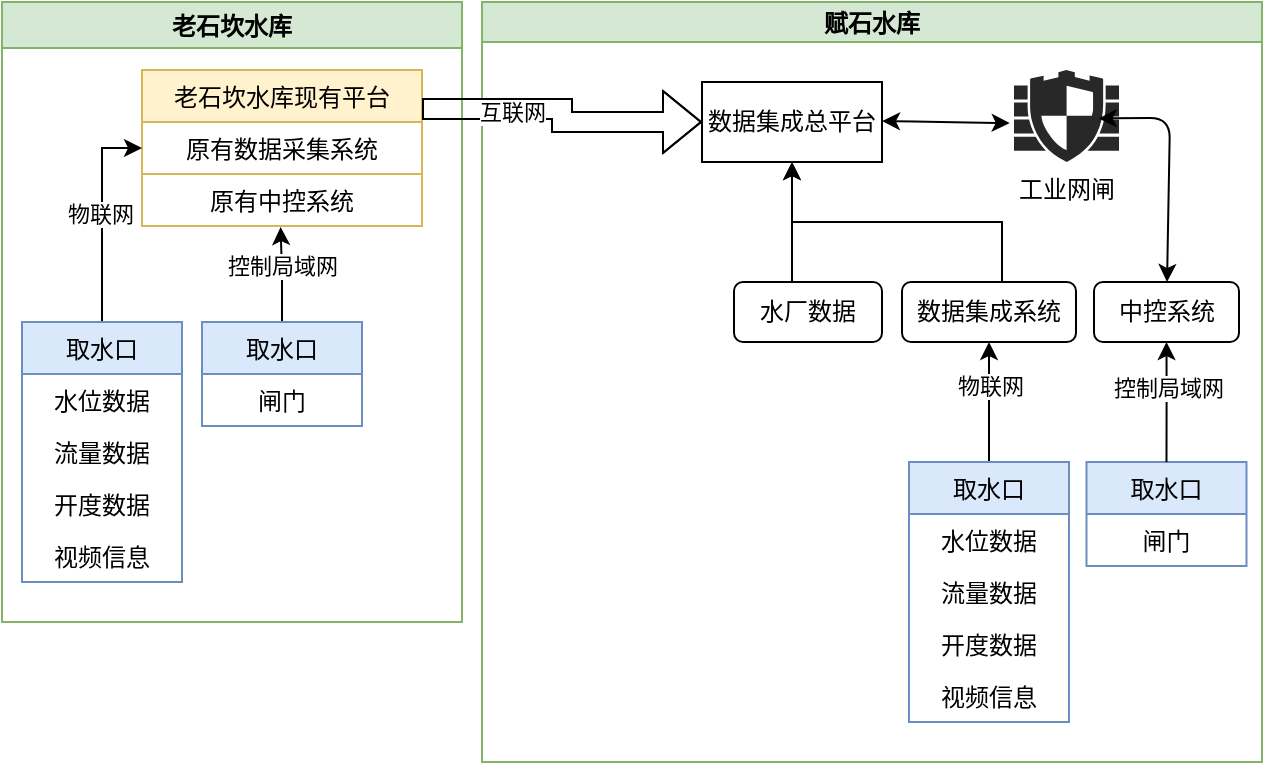
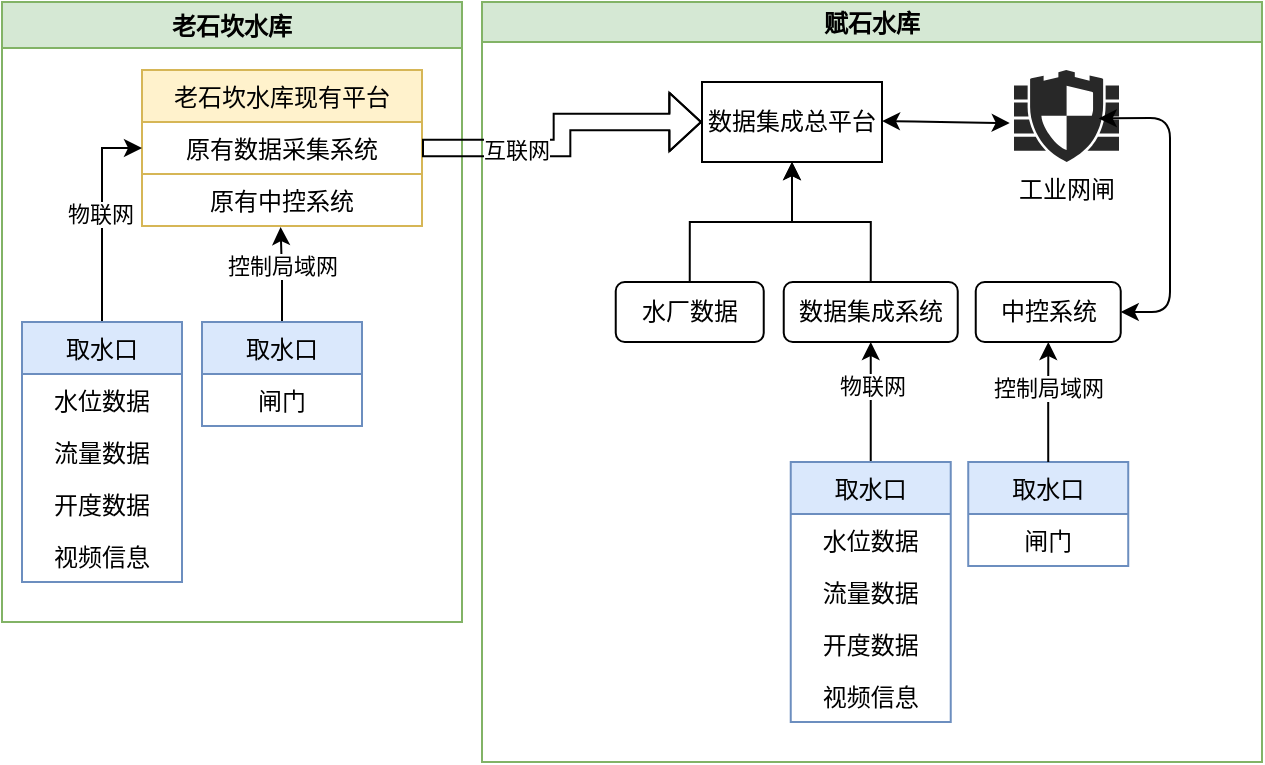
- <mxfile host="app.diagrams.net" modified="2021-09-18T03:56:00.403Z" agent="5.0 (Windows NT 10.0; Win64; x64) AppleWebKit/537.36 (KHTML, like Gecko) Chrome/93.0.4577.82 Safari/537.36 Edg/93.0.961.52" etag="FVZRNNtjlNzkb_q_7Yxu" version="14.8.0" type="github">
+ <mxfile host="app.diagrams.net" modified="2021-09-18T04:00:36.392Z" agent="5.0 (Windows NT 10.0; Win64; x64) AppleWebKit/537.36 (KHTML, like Gecko) Chrome/93.0.4577.82 Safari/537.36 Edg/93.0.961.52" etag="zmZehLm8M-64JVdi-gV8" version="14.8.0" type="github">
  <diagram id="v89iMYd2DjBNGdAJLiYk" name="Page-1">
    <mxGraphModel dx="649" dy="363" grid="1" gridSize="10" guides="1" tooltips="1" connect="1" arrows="1" fold="1" page="1" pageScale="1" pageWidth="827" pageHeight="1169" math="0" shadow="0">
      <root>
        <mxCell id="0" />
        <mxCell id="1" parent="0" />
        <mxCell id="1meufm5pPCAuNKvldUBH-1" value="老石坎水库" style="swimlane;fillColor=#d5e8d4;strokeColor=#82b366;" parent="1" vertex="1">
          <mxGeometry x="150" y="130" width="230" height="310" as="geometry" />
        </mxCell>
        <mxCell id="rkCiEfMvTKPaeprXMYrk-80" value="老石坎水库现有平台" style="swimlane;fontStyle=0;childLayout=stackLayout;horizontal=1;startSize=26;horizontalStack=0;resizeParent=1;resizeParentMax=0;resizeLast=0;collapsible=1;marginBottom=0;swimlaneLine=1;rounded=0;shadow=0;sketch=0;glass=0;swimlaneFillColor=none;fillColor=#fff2cc;strokeColor=#d6b656;" vertex="1" parent="1meufm5pPCAuNKvldUBH-1">
          <mxGeometry x="70" y="34" width="140" height="78" as="geometry">
            <mxRectangle x="108.75" y="220" width="70" height="26" as="alternateBounds" />
          </mxGeometry>
        </mxCell>
        <mxCell id="rkCiEfMvTKPaeprXMYrk-81" value="原有数据采集系统" style="text;fillColor=none;align=center;verticalAlign=top;spacingLeft=4;spacingRight=4;overflow=hidden;rotatable=0;points=[[0,0.5],[1,0.5]];portConstraint=eastwest;rounded=0;glass=0;shadow=0;strokeColor=#D6B656;" vertex="1" parent="rkCiEfMvTKPaeprXMYrk-80">
          <mxGeometry y="26" width="140" height="26" as="geometry" />
        </mxCell>
        <mxCell id="rkCiEfMvTKPaeprXMYrk-82" value="原有中控系统" style="text;fillColor=none;align=center;verticalAlign=top;spacingLeft=4;spacingRight=4;overflow=hidden;rotatable=0;points=[[0,0.5],[1,0.5]];portConstraint=eastwest;imageAspect=1;" vertex="1" parent="rkCiEfMvTKPaeprXMYrk-80">
          <mxGeometry y="52" width="140" height="26" as="geometry" />
        </mxCell>
        <mxCell id="rkCiEfMvTKPaeprXMYrk-88" style="edgeStyle=orthogonalEdgeStyle;rounded=0;orthogonalLoop=1;jettySize=auto;html=1;entryX=0;entryY=0.5;entryDx=0;entryDy=0;" edge="1" parent="1meufm5pPCAuNKvldUBH-1" source="rkCiEfMvTKPaeprXMYrk-75" target="rkCiEfMvTKPaeprXMYrk-81">
          <mxGeometry relative="1" as="geometry" />
        </mxCell>
        <mxCell id="rkCiEfMvTKPaeprXMYrk-95" value="物联网" style="edgeLabel;html=1;align=center;verticalAlign=middle;resizable=0;points=[];" vertex="1" connectable="0" parent="rkCiEfMvTKPaeprXMYrk-88">
          <mxGeometry x="0.0218" y="1" relative="1" as="geometry">
            <mxPoint as="offset" />
          </mxGeometry>
        </mxCell>
        <mxCell id="rkCiEfMvTKPaeprXMYrk-75" value="取水口" style="swimlane;fontStyle=0;childLayout=stackLayout;horizontal=1;startSize=26;horizontalStack=0;resizeParent=1;resizeParentMax=0;resizeLast=0;collapsible=1;marginBottom=0;swimlaneLine=1;rounded=0;shadow=0;sketch=0;glass=0;swimlaneFillColor=none;fillColor=#dae8fc;strokeColor=#6c8ebf;" vertex="1" parent="1meufm5pPCAuNKvldUBH-1">
          <mxGeometry x="10" y="160" width="80" height="130" as="geometry">
            <mxRectangle x="400" y="410" width="70" height="26" as="alternateBounds" />
          </mxGeometry>
        </mxCell>
        <mxCell id="rkCiEfMvTKPaeprXMYrk-76" value="水位数据" style="text;strokeColor=none;fillColor=none;align=center;verticalAlign=top;spacingLeft=4;spacingRight=4;overflow=hidden;rotatable=0;points=[[0,0.5],[1,0.5]];portConstraint=eastwest;" vertex="1" parent="rkCiEfMvTKPaeprXMYrk-75">
          <mxGeometry y="26" width="80" height="26" as="geometry" />
        </mxCell>
        <mxCell id="rkCiEfMvTKPaeprXMYrk-77" value="流量数据" style="text;strokeColor=none;fillColor=none;align=center;verticalAlign=top;spacingLeft=4;spacingRight=4;overflow=hidden;rotatable=0;points=[[0,0.5],[1,0.5]];portConstraint=eastwest;" vertex="1" parent="rkCiEfMvTKPaeprXMYrk-75">
          <mxGeometry y="52" width="80" height="26" as="geometry" />
        </mxCell>
        <mxCell id="rkCiEfMvTKPaeprXMYrk-78" value="开度数据" style="text;strokeColor=none;fillColor=none;align=center;verticalAlign=top;spacingLeft=4;spacingRight=4;overflow=hidden;rotatable=0;points=[[0,0.5],[1,0.5]];portConstraint=eastwest;" vertex="1" parent="rkCiEfMvTKPaeprXMYrk-75">
          <mxGeometry y="78" width="80" height="26" as="geometry" />
        </mxCell>
        <mxCell id="rkCiEfMvTKPaeprXMYrk-79" value="视频信息" style="text;strokeColor=none;fillColor=none;align=center;verticalAlign=top;spacingLeft=4;spacingRight=4;overflow=hidden;rotatable=0;points=[[0,0.5],[1,0.5]];portConstraint=eastwest;" vertex="1" parent="rkCiEfMvTKPaeprXMYrk-75">
          <mxGeometry y="104" width="80" height="26" as="geometry" />
        </mxCell>
        <mxCell id="rkCiEfMvTKPaeprXMYrk-87" style="edgeStyle=orthogonalEdgeStyle;rounded=0;orthogonalLoop=1;jettySize=auto;html=1;entryX=0.495;entryY=1.021;entryDx=0;entryDy=0;entryPerimeter=0;" edge="1" parent="1meufm5pPCAuNKvldUBH-1" source="rkCiEfMvTKPaeprXMYrk-73" target="rkCiEfMvTKPaeprXMYrk-82">
          <mxGeometry relative="1" as="geometry" />
        </mxCell>
        <mxCell id="rkCiEfMvTKPaeprXMYrk-97" value="控制局域网" style="edgeLabel;html=1;align=center;verticalAlign=middle;resizable=0;points=[];" vertex="1" connectable="0" parent="rkCiEfMvTKPaeprXMYrk-87">
          <mxGeometry x="0.205" relative="1" as="geometry">
            <mxPoint as="offset" />
          </mxGeometry>
        </mxCell>
        <mxCell id="rkCiEfMvTKPaeprXMYrk-73" value="取水口" style="swimlane;fontStyle=0;childLayout=stackLayout;horizontal=1;startSize=26;horizontalStack=0;resizeParent=1;resizeParentMax=0;resizeLast=0;collapsible=1;marginBottom=0;swimlaneLine=1;rounded=0;shadow=0;sketch=0;glass=0;swimlaneFillColor=none;fillColor=#dae8fc;strokeColor=#6c8ebf;" vertex="1" parent="1meufm5pPCAuNKvldUBH-1">
          <mxGeometry x="100" y="160" width="80" height="52" as="geometry">
            <mxRectangle x="400" y="410" width="70" height="26" as="alternateBounds" />
          </mxGeometry>
        </mxCell>
        <mxCell id="rkCiEfMvTKPaeprXMYrk-74" value="闸门" style="text;strokeColor=none;fillColor=none;align=center;verticalAlign=top;spacingLeft=4;spacingRight=4;overflow=hidden;rotatable=0;points=[[0,0.5],[1,0.5]];portConstraint=eastwest;" vertex="1" parent="rkCiEfMvTKPaeprXMYrk-73">
          <mxGeometry y="26" width="80" height="26" as="geometry" />
        </mxCell>
        <mxCell id="1meufm5pPCAuNKvldUBH-6" value="赋石水库" style="swimlane;startSize=20;horizontal=1;containerType=tree;newEdgeStyle={&quot;edgeStyle&quot;:&quot;elbowEdgeStyle&quot;,&quot;startArrow&quot;:&quot;none&quot;,&quot;endArrow&quot;:&quot;none&quot;};fillColor=#d5e8d4;strokeColor=#82b366;" parent="1" vertex="1">
          <mxGeometry x="390" y="130" width="390" height="380" as="geometry" />
        </mxCell>
        <UserObject label="数据集成总平台" treeRoot="1" id="1meufm5pPCAuNKvldUBH-9">
          <mxCell style="whiteSpace=wrap;html=1;align=center;treeFolding=1;treeMoving=1;newEdgeStyle={&quot;edgeStyle&quot;:&quot;elbowEdgeStyle&quot;,&quot;startArrow&quot;:&quot;none&quot;,&quot;endArrow&quot;:&quot;none&quot;};" parent="1meufm5pPCAuNKvldUBH-6" vertex="1">
            <mxGeometry x="110" y="40" width="90" height="40" as="geometry" />
          </mxCell>
        </UserObject>
        <mxCell id="1meufm5pPCAuNKvldUBH-12" value="中控系统" style="rounded=1;whiteSpace=wrap;html=1;" parent="1meufm5pPCAuNKvldUBH-6" vertex="1">
-           <mxGeometry x="306" y="140" width="72.5" height="30" as="geometry" />
+           <mxGeometry x="246.87" y="140" width="72.5" height="30" as="geometry" />
        </mxCell>
        <mxCell id="rkCiEfMvTKPaeprXMYrk-26" value="工业网闸" style="verticalLabelPosition=bottom;html=1;fillColor=#282828;strokeColor=none;verticalAlign=top;pointerEvents=1;align=center;shape=mxgraph.cisco_safe.security_icons.ngfw;sketch=0;" vertex="1" parent="1meufm5pPCAuNKvldUBH-6">
          <mxGeometry x="266" y="34" width="52.5" height="46" as="geometry" />
        </mxCell>
        <mxCell id="rkCiEfMvTKPaeprXMYrk-32" value="" style="endArrow=classic;startArrow=classic;html=1;entryX=-0.041;entryY=0.577;entryDx=0;entryDy=0;entryPerimeter=0;" edge="1" parent="1meufm5pPCAuNKvldUBH-6" target="rkCiEfMvTKPaeprXMYrk-26">
          <mxGeometry width="50" height="50" relative="1" as="geometry">
            <mxPoint x="200" y="59.5" as="sourcePoint" />
            <mxPoint x="246" y="40" as="targetPoint" />
            <Array as="points">
              <mxPoint x="226" y="60" />
            </Array>
          </mxGeometry>
        </mxCell>
        <mxCell id="rkCiEfMvTKPaeprXMYrk-33" value="" style="endArrow=classic;startArrow=classic;html=1;jumpSize=6;entryX=0.807;entryY=0.526;entryDx=0;entryDy=0;entryPerimeter=0;" edge="1" parent="1meufm5pPCAuNKvldUBH-6" source="1meufm5pPCAuNKvldUBH-12" target="rkCiEfMvTKPaeprXMYrk-26">
          <mxGeometry width="50" height="50" relative="1" as="geometry">
            <mxPoint x="242.25" y="194.5" as="sourcePoint" />
            <mxPoint x="301" y="100" as="targetPoint" />
            <Array as="points">
+               <mxPoint x="344" y="155" />
              <mxPoint x="344" y="58" />
            </Array>
          </mxGeometry>
        </mxCell>
        <mxCell id="rkCiEfMvTKPaeprXMYrk-6" value="取水口" style="swimlane;fontStyle=0;childLayout=stackLayout;horizontal=1;startSize=26;horizontalStack=0;resizeParent=1;resizeParentMax=0;resizeLast=0;collapsible=1;marginBottom=0;swimlaneLine=1;rounded=0;shadow=0;sketch=0;glass=0;swimlaneFillColor=none;fillColor=#dae8fc;strokeColor=#6c8ebf;" vertex="1" parent="1meufm5pPCAuNKvldUBH-6">
-           <mxGeometry x="302.25" y="230" width="80" height="52" as="geometry">
+           <mxGeometry x="243.12" y="230" width="80" height="52" as="geometry">
            <mxRectangle x="400" y="410" width="70" height="26" as="alternateBounds" />
          </mxGeometry>
        </mxCell>
        <mxCell id="rkCiEfMvTKPaeprXMYrk-7" value="闸门" style="text;strokeColor=none;fillColor=none;align=center;verticalAlign=top;spacingLeft=4;spacingRight=4;overflow=hidden;rotatable=0;points=[[0,0.5],[1,0.5]];portConstraint=eastwest;" vertex="1" parent="rkCiEfMvTKPaeprXMYrk-6">
          <mxGeometry y="26" width="80" height="26" as="geometry" />
        </mxCell>
        <mxCell id="rkCiEfMvTKPaeprXMYrk-11" value="" style="edgeStyle=orthogonalEdgeStyle;rounded=0;orthogonalLoop=1;jettySize=auto;html=1;exitX=0.5;exitY=0;exitDx=0;exitDy=0;" edge="1" parent="1meufm5pPCAuNKvldUBH-6" source="rkCiEfMvTKPaeprXMYrk-6" target="1meufm5pPCAuNKvldUBH-12">
          <mxGeometry relative="1" as="geometry">
            <Array as="points" />
          </mxGeometry>
        </mxCell>
        <mxCell id="rkCiEfMvTKPaeprXMYrk-13" value="控制局域网" style="edgeLabel;html=1;align=center;verticalAlign=middle;resizable=0;points=[];" vertex="1" connectable="0" parent="rkCiEfMvTKPaeprXMYrk-11">
          <mxGeometry x="0.2444" relative="1" as="geometry">
            <mxPoint as="offset" />
          </mxGeometry>
        </mxCell>
        <mxCell id="rkCiEfMvTKPaeprXMYrk-67" style="edgeStyle=orthogonalEdgeStyle;rounded=0;orthogonalLoop=1;jettySize=auto;html=1;entryX=0.5;entryY=1;entryDx=0;entryDy=0;" edge="1" parent="1meufm5pPCAuNKvldUBH-6" source="1meufm5pPCAuNKvldUBH-21" target="rkCiEfMvTKPaeprXMYrk-45">
          <mxGeometry relative="1" as="geometry" />
        </mxCell>
        <mxCell id="rkCiEfMvTKPaeprXMYrk-69" value="物联网" style="edgeLabel;html=1;align=center;verticalAlign=middle;resizable=0;points=[];" vertex="1" connectable="0" parent="rkCiEfMvTKPaeprXMYrk-67">
          <mxGeometry x="0.2649" relative="1" as="geometry">
            <mxPoint as="offset" />
          </mxGeometry>
        </mxCell>
        <mxCell id="1meufm5pPCAuNKvldUBH-21" value="取水口" style="swimlane;fontStyle=0;childLayout=stackLayout;horizontal=1;startSize=26;horizontalStack=0;resizeParent=1;resizeParentMax=0;resizeLast=0;collapsible=1;marginBottom=0;swimlaneLine=1;rounded=0;shadow=0;sketch=0;glass=0;swimlaneFillColor=none;fillColor=#dae8fc;strokeColor=#6c8ebf;" parent="1meufm5pPCAuNKvldUBH-6" vertex="1">
-           <mxGeometry x="213.5" y="230" width="80" height="130" as="geometry">
+           <mxGeometry x="154.37" y="230" width="80" height="130" as="geometry">
            <mxRectangle x="400" y="410" width="70" height="26" as="alternateBounds" />
          </mxGeometry>
        </mxCell>
        <mxCell id="1meufm5pPCAuNKvldUBH-22" value="水位数据" style="text;strokeColor=none;fillColor=none;align=center;verticalAlign=top;spacingLeft=4;spacingRight=4;overflow=hidden;rotatable=0;points=[[0,0.5],[1,0.5]];portConstraint=eastwest;" parent="1meufm5pPCAuNKvldUBH-21" vertex="1">
          <mxGeometry y="26" width="80" height="26" as="geometry" />
        </mxCell>
        <mxCell id="1meufm5pPCAuNKvldUBH-23" value="流量数据" style="text;strokeColor=none;fillColor=none;align=center;verticalAlign=top;spacingLeft=4;spacingRight=4;overflow=hidden;rotatable=0;points=[[0,0.5],[1,0.5]];portConstraint=eastwest;" parent="1meufm5pPCAuNKvldUBH-21" vertex="1">
          <mxGeometry y="52" width="80" height="26" as="geometry" />
        </mxCell>
        <mxCell id="1meufm5pPCAuNKvldUBH-24" value="开度数据" style="text;strokeColor=none;fillColor=none;align=center;verticalAlign=top;spacingLeft=4;spacingRight=4;overflow=hidden;rotatable=0;points=[[0,0.5],[1,0.5]];portConstraint=eastwest;" parent="1meufm5pPCAuNKvldUBH-21" vertex="1">
          <mxGeometry y="78" width="80" height="26" as="geometry" />
        </mxCell>
        <mxCell id="rkCiEfMvTKPaeprXMYrk-2" value="视频信息" style="text;strokeColor=none;fillColor=none;align=center;verticalAlign=top;spacingLeft=4;spacingRight=4;overflow=hidden;rotatable=0;points=[[0,0.5],[1,0.5]];portConstraint=eastwest;" vertex="1" parent="1meufm5pPCAuNKvldUBH-21">
          <mxGeometry y="104" width="80" height="26" as="geometry" />
        </mxCell>
-         <mxCell id="rkCiEfMvTKPaeprXMYrk-68" style="edgeStyle=orthogonalEdgeStyle;rounded=0;orthogonalLoop=1;jettySize=auto;html=1;entryX=0.5;entryY=1;entryDx=0;entryDy=0;" edge="1" parent="1meufm5pPCAuNKvldUBH-6" source="rkCiEfMvTKPaeprXMYrk-45" target="1meufm5pPCAuNKvldUBH-9">
+         <mxCell id="rkCiEfMvTKPaeprXMYrk-68" style="edgeStyle=orthogonalEdgeStyle;rounded=0;orthogonalLoop=1;jettySize=auto;html=1;entryX=0.5;entryY=1;entryDx=0;entryDy=0;exitX=0.5;exitY=0;exitDx=0;exitDy=0;" edge="1" parent="1meufm5pPCAuNKvldUBH-6" source="rkCiEfMvTKPaeprXMYrk-45" target="1meufm5pPCAuNKvldUBH-9">
          <mxGeometry relative="1" as="geometry">
            <Array as="points">
-               <mxPoint x="260" y="110" />
+               <mxPoint x="194" y="110" />
              <mxPoint x="155" y="110" />
            </Array>
          </mxGeometry>
        </mxCell>
        <mxCell id="rkCiEfMvTKPaeprXMYrk-45" value="数据集成系统" style="rounded=1;whiteSpace=wrap;html=1;" vertex="1" parent="1meufm5pPCAuNKvldUBH-6">
-           <mxGeometry x="210" y="140" width="87" height="30" as="geometry" />
+           <mxGeometry x="150.87" y="140" width="87" height="30" as="geometry" />
        </mxCell>
        <mxCell id="rkCiEfMvTKPaeprXMYrk-70" value="水厂数据" style="rounded=1;whiteSpace=wrap;html=1;" vertex="1" parent="1meufm5pPCAuNKvldUBH-6">
-           <mxGeometry x="126" y="140" width="74" height="30" as="geometry" />
+           <mxGeometry x="66.87" y="140" width="74" height="30" as="geometry" />
        </mxCell>
-         <mxCell id="rkCiEfMvTKPaeprXMYrk-71" style="edgeStyle=orthogonalEdgeStyle;rounded=0;orthogonalLoop=1;jettySize=auto;html=1;entryX=0.5;entryY=1;entryDx=0;entryDy=0;" edge="1" parent="1meufm5pPCAuNKvldUBH-6" source="rkCiEfMvTKPaeprXMYrk-70" target="1meufm5pPCAuNKvldUBH-9">
+         <mxCell id="rkCiEfMvTKPaeprXMYrk-71" style="edgeStyle=orthogonalEdgeStyle;rounded=0;orthogonalLoop=1;jettySize=auto;html=1;entryX=0.5;entryY=1;entryDx=0;entryDy=0;exitX=0.5;exitY=0;exitDx=0;exitDy=0;" edge="1" parent="1meufm5pPCAuNKvldUBH-6" source="rkCiEfMvTKPaeprXMYrk-70" target="1meufm5pPCAuNKvldUBH-9">
          <mxGeometry relative="1" as="geometry">
            <mxPoint x="180" y="80" as="targetPoint" />
            <Array as="points">
-               <mxPoint x="155" y="130" />
-               <mxPoint x="155" y="130" />
+               <mxPoint x="104" y="110" />
+               <mxPoint x="155" y="110" />
            </Array>
          </mxGeometry>
        </mxCell>
-         <mxCell id="rkCiEfMvTKPaeprXMYrk-90" style="edgeStyle=orthogonalEdgeStyle;shape=flexArrow;rounded=0;orthogonalLoop=1;jettySize=auto;html=1;entryX=0;entryY=0.5;entryDx=0;entryDy=0;exitX=1;exitY=0.25;exitDx=0;exitDy=0;" edge="1" parent="1" source="rkCiEfMvTKPaeprXMYrk-80" target="1meufm5pPCAuNKvldUBH-9">
+         <mxCell id="rkCiEfMvTKPaeprXMYrk-90" style="edgeStyle=orthogonalEdgeStyle;shape=flexArrow;rounded=0;orthogonalLoop=1;jettySize=auto;html=1;entryX=0;entryY=0.5;entryDx=0;entryDy=0;exitX=1;exitY=0.5;exitDx=0;exitDy=0;width=8.333333333333334;endSize=4.941666666666666;" edge="1" parent="1" source="rkCiEfMvTKPaeprXMYrk-81" target="1meufm5pPCAuNKvldUBH-9">
          <mxGeometry relative="1" as="geometry" />
        </mxCell>
        <mxCell id="rkCiEfMvTKPaeprXMYrk-92" value="互联网" style="edgeLabel;html=1;align=center;verticalAlign=middle;resizable=0;points=[];" vertex="1" connectable="0" parent="rkCiEfMvTKPaeprXMYrk-90">
          <mxGeometry x="-0.3951" y="-1" relative="1" as="geometry">
            <mxPoint as="offset" />
          </mxGeometry>
        </mxCell>
      </root>
    </mxGraphModel>
  </diagram>
</mxfile>
